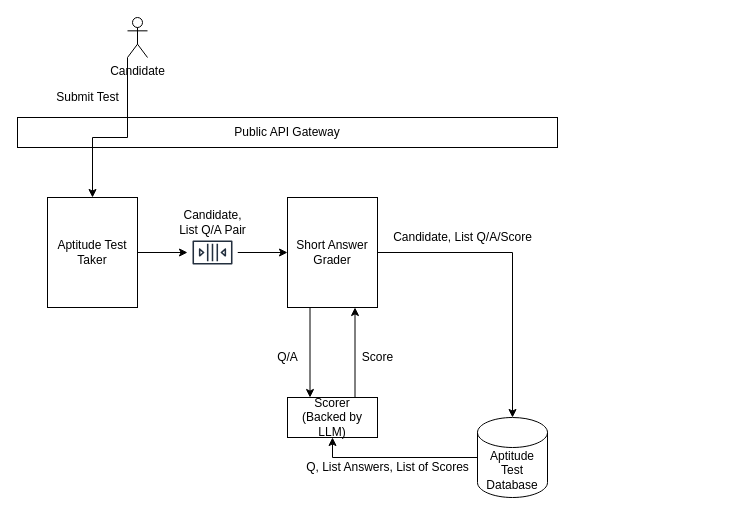
This is page "Page-5" (5 of 9) of img/certification-arch.drawio from saugatach/LLM-grader, a draw.io file, before an edit. Source tidied: cells renumbered, new cells numbered last; positions are measured from the earlier drawing's top-left corner, leaving out a move shared by most shapes. Both pictures are drawn from the tidied source at 100%, with x=0, y=0 at pixel (17, 17).
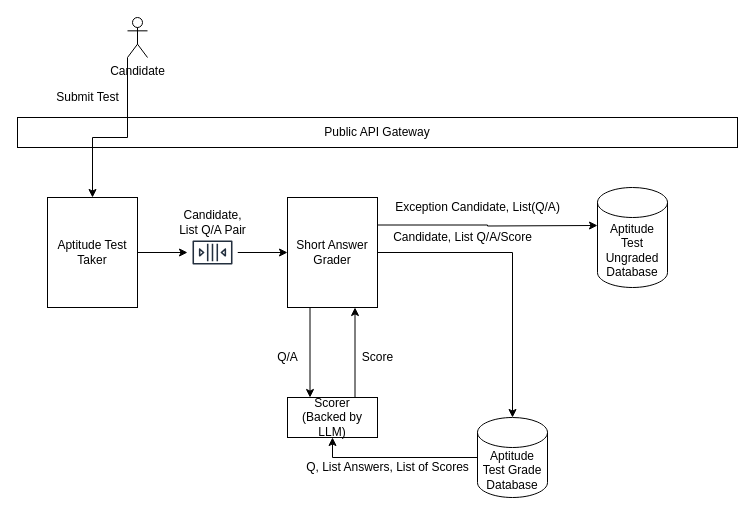
The same diagram, later.

The change refers to these unchanged cells:
```xml
<mxCell id="8" value="Short Answer Grader" style="rounded=0;whiteSpace=wrap;html=1;" parent="1" vertex="1">
  <mxGeometry x="270" y="180" width="90" height="110" as="geometry" />
</mxCell>
```

The edit, as a diff of the source:
```diff
@@
+    <mxCell id="22" style="edgeStyle=orthogonalEdgeStyle;rounded=0;jettySize=auto;html=1;exitX=1;exitY=0.25;exitDx=0;exitDy=0;" parent="1" edge="1" source="8">
+      <mxGeometry relative="1" as="geometry">
+        <mxPoint x="580" y="208" as="targetPoint" />
+      </mxGeometry>
+    </mxCell>
@@
-    <mxCell id="10" value="Aptitude Test Database" style="shape=cylinder3;whiteSpace=wrap;html=1;boundedLbl=1;backgroundOutline=1;size=15;" parent="1" vertex="1">
+    <mxCell id="10" value="Aptitude Test Grade Database" style="shape=cylinder3;whiteSpace=wrap;html=1;boundedLbl=1;backgroundOutline=1;size=15;" parent="1" vertex="1">
       <mxGeometry x="460" y="400" width="70" height="80" as="geometry" />
     </mxCell>
@@
     <mxCell id="13" value="Public API Gateway" style="rounded=0;whiteSpace=wrap;html=1;" parent="1" vertex="1">
-      <mxGeometry y="100" width="540" height="30" as="geometry" />
+      <mxGeometry y="100" width="720" height="30" as="geometry" />
     </mxCell>
@@
+    <mxCell id="23" value="Exception Candidate, List(Q/A)" style="text;html=1;align=center;verticalAlign=middle;strokeColor=none;fillColor=none;" parent="1" vertex="1">
+      <mxGeometry x="370" y="180" width="180" height="20" as="geometry" />
+    </mxCell>
+    <mxCell id="24" value="Aptitude Test Ungraded Database" style="shape=cylinder3;whiteSpace=wrap;html=1;boundedLbl=1;backgroundOutline=1;size=15;" parent="1" vertex="1">
+      <mxGeometry x="580" y="170" width="70" height="100" as="geometry" />
+    </mxCell>
```
